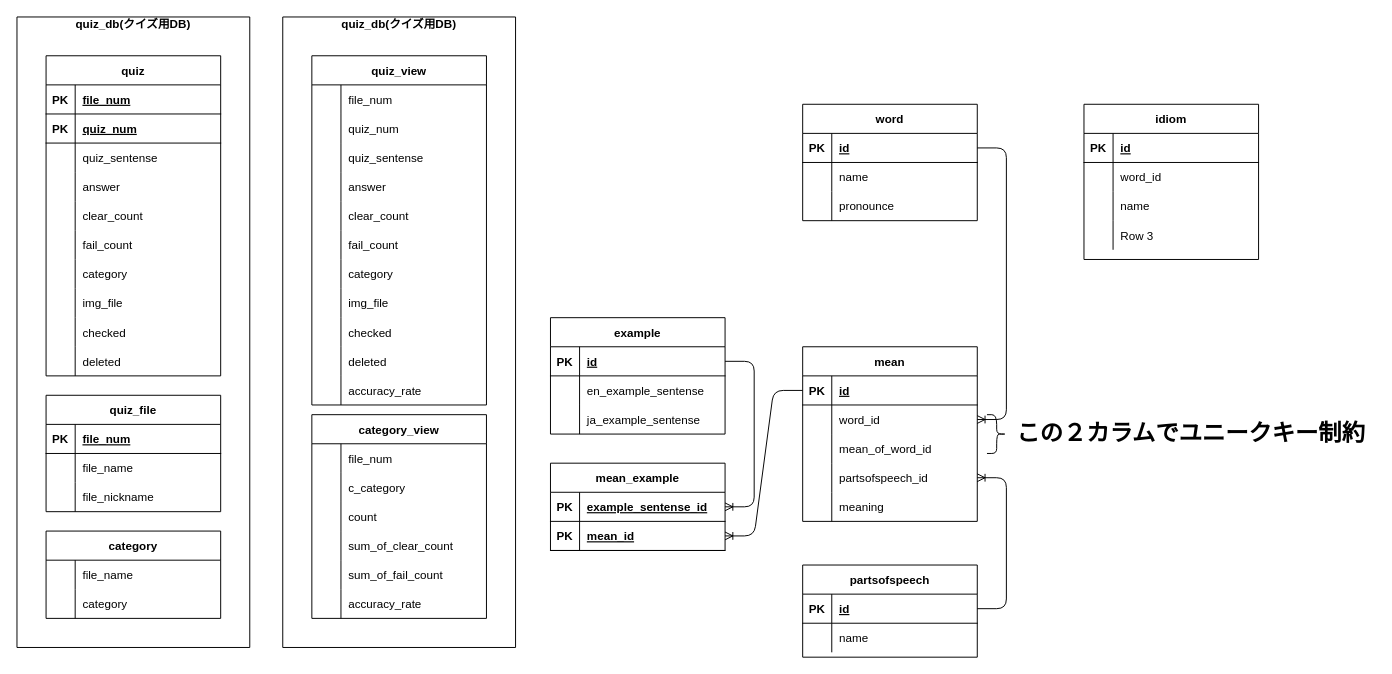
Earlier version of the draw.io diagram database/drawio/erd.dio (WAT36/WAT-Quizzer). Source tidied: cells renumbered, new cells numbered last; positions are measured from the earlier drawing's top-left corner, leaving out a move shared by most shapes. Both pictures are drawn from the tidied source at 97%, with x=0, y=0 at pixel (16, 16).
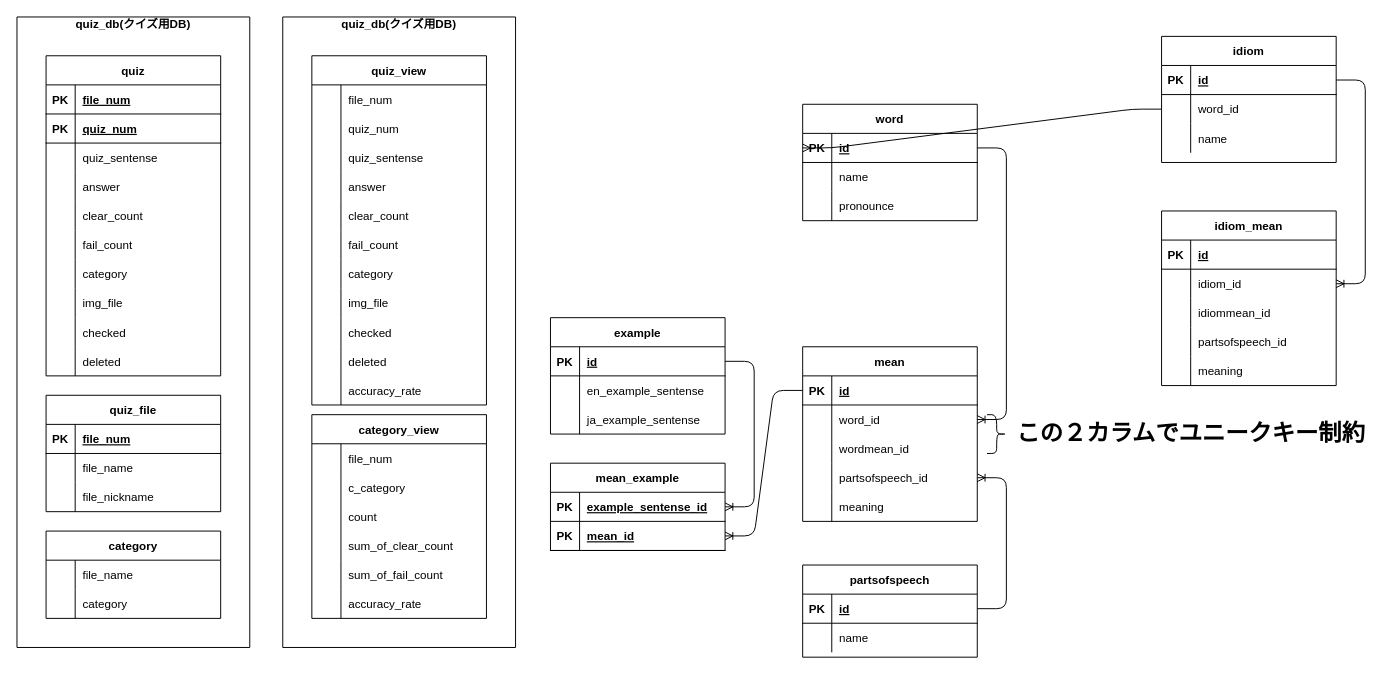
Above is the later version.

Commit message:
制約少し変更

Unchanged cells that the change refers to:
```xml
<mxCell id="106" style="shape=partialRectangle;fillColor=none;top=0;left=0;bottom=1;right=0;points=[[0,0.5],[1,0.5]];portConstraint=eastwest;" parent="105" vertex="1">
  <mxGeometry y="30" width="180" height="30" as="geometry" />
</mxCell>
<mxCell id="122" style="shape=partialRectangle;fillColor=none;top=0;left=0;bottom=0;right=0;" parent="115" vertex="1">
  <mxGeometry y="90" width="180" height="30" as="geometry" />
</mxCell>
<mxCell id="162" style="shape=partialRectangle;fillColor=none;top=0;left=0;bottom=1;right=0;points=[[0,0.5],[1,0.5]];portConstraint=eastwest;" parent="161" vertex="1">
  <mxGeometry y="30" width="180" height="30" as="geometry" />
</mxCell>
<mxCell id="165" style="shape=partialRectangle;fillColor=none;top=0;left=0;bottom=0;right=0;points=[[0,0.5],[1,0.5]];portConstraint=eastwest;" parent="161" vertex="1">
  <mxGeometry y="60" width="180" height="30" as="geometry" />
</mxCell>
```

Change to the diagram source:
```diff
@@
-    <mxCell id="124" value="mean_of_word_id" style="shape=partialRectangle;fillColor=none;top=0;left=0;bottom=0;right=0;align=left;spacingLeft=6;overflow=hidden;" parent="122" vertex="1">
+    <mxCell id="124" value="wordmean_id" style="shape=partialRectangle;fillColor=none;top=0;left=0;bottom=0;right=0;align=left;spacingLeft=6;overflow=hidden;" parent="122" vertex="1">
       <mxGeometry x="30" width="150" height="30" as="geometry" />
     </mxCell>
@@
     <mxCell id="161" value="idiom" style="shape=table;startSize=30;childLayout=tableLayout;rowLines=0;fontStyle=1;align=center;" parent="1" vertex="1">
-      <mxGeometry x="1100" y="90" width="180" height="160" as="geometry" />
+      <mxGeometry x="1180" y="20" width="180" height="130" as="geometry" />
     </mxCell>
@@
+    <mxCell id="174" value="idiom_mean" style="shape=table;startSize=30;childLayout=tableLayout;rowLines=0;fontStyle=1;align=center;" parent="1" vertex="1">
+      <mxGeometry x="1180" y="200" width="180" height="180" as="geometry" />
+    </mxCell>
+    <mxCell id="175" style="shape=partialRectangle;fillColor=none;top=0;left=0;bottom=1;right=0;" parent="174" vertex="1">
+      <mxGeometry y="30" width="180" height="30" as="geometry" />
+    </mxCell>
+    <mxCell id="176" value="PK" style="shape=partialRectangle;fillColor=none;top=0;left=0;bottom=0;right=0;fontStyle=1;overflow=hidden;" parent="175" vertex="1">
+      <mxGeometry width="30" height="30" as="geometry" />
+    </mxCell>
+    <mxCell id="177" value="id" style="shape=partialRectangle;fillColor=none;top=0;left=0;bottom=0;right=0;align=left;spacingLeft=6;fontStyle=5;overflow=hidden;" parent="175" vertex="1">
+      <mxGeometry x="30" width="150" height="30" as="geometry" />
+    </mxCell>
+    <mxCell id="178" style="shape=partialRectangle;fillColor=none;top=0;left=0;bottom=0;right=0;points=[[0,0.5],[1,0.5]];portConstraint=eastwest;" parent="174" vertex="1">
+      <mxGeometry y="60" width="180" height="30" as="geometry" />
+    </mxCell>
+    <mxCell id="179" style="shape=partialRectangle;fillColor=none;top=0;left=0;bottom=0;right=0;overflow=hidden;" parent="178" vertex="1">
+      <mxGeometry width="30" height="30" as="geometry" />
+    </mxCell>
+    <mxCell id="180" value="idiom_id" style="shape=partialRectangle;fillColor=none;top=0;left=0;bottom=0;right=0;align=left;spacingLeft=6;overflow=hidden;" parent="178" vertex="1">
+      <mxGeometry x="30" width="150" height="30" as="geometry" />
+    </mxCell>
+    <mxCell id="181" style="shape=partialRectangle;fillColor=none;top=0;left=0;bottom=0;right=0;" parent="174" vertex="1">
+      <mxGeometry y="90" width="180" height="30" as="geometry" />
+    </mxCell>
+    <mxCell id="182" style="shape=partialRectangle;fillColor=none;top=0;left=0;bottom=0;right=0;overflow=hidden;" parent="181" vertex="1">
+      <mxGeometry width="30" height="30" as="geometry" />
+    </mxCell>
+    <mxCell id="183" value="idiommean_id" style="shape=partialRectangle;fillColor=none;top=0;left=0;bottom=0;right=0;align=left;spacingLeft=6;overflow=hidden;" parent="181" vertex="1">
+      <mxGeometry x="30" width="150" height="30" as="geometry" />
+    </mxCell>
-    <mxCell id="171" style="shape=partialRectangle;fillColor=none;top=0;left=0;bottom=0;right=0;" parent="161" vertex="1">
+    <mxCell id="171" style="shape=partialRectangle;fillColor=none;top=0;left=0;bottom=0;right=0;" parent="174" vertex="1">
       <mxGeometry y="120" width="180" height="30" as="geometry" />
     </mxCell>
-    <mxCell id="172" style="shape=partialRectangle;fillColor=none;top=0;left=0;bottom=0;right=0;overflow=hidden;" parent="171" vertex="1">
-      <mxGeometry width="30" height="30" as="geometry" />
-    </mxCell>
-    <mxCell id="173" value="Row 3" style="shape=partialRectangle;fillColor=none;top=0;left=0;bottom=0;right=0;align=left;spacingLeft=6;overflow=hidden;" parent="171" vertex="1">
-      <mxGeometry x="30" width="150" height="30" as="geometry" />
-    </mxCell>
+    <mxCell id="184" style="shape=partialRectangle;fillColor=none;top=0;left=0;bottom=0;right=0;overflow=hidden;" parent="171" vertex="1">
+      <mxGeometry width="30" height="30" as="geometry" />
+    </mxCell>
+    <mxCell id="185" value="partsofspeech_id" style="shape=partialRectangle;fillColor=none;top=0;left=0;bottom=0;right=0;align=left;spacingLeft=6;overflow=hidden;" parent="171" vertex="1">
+      <mxGeometry x="30" width="150" height="30" as="geometry" />
+    </mxCell>
+    <mxCell id="186" style="shape=partialRectangle;fillColor=none;top=0;left=0;bottom=0;right=0;" parent="174" vertex="1">
+      <mxGeometry y="150" width="180" height="30" as="geometry" />
+    </mxCell>
+    <mxCell id="187" style="shape=partialRectangle;fillColor=none;top=0;left=0;bottom=0;right=0;overflow=hidden;" parent="186" vertex="1">
+      <mxGeometry width="30" height="30" as="geometry" />
+    </mxCell>
+    <mxCell id="188" value="meaning" style="shape=partialRectangle;fillColor=none;top=0;left=0;bottom=0;right=0;align=left;spacingLeft=6;overflow=hidden;" parent="186" vertex="1">
+      <mxGeometry x="30" width="150" height="30" as="geometry" />
+    </mxCell>
+    <mxCell id="189" style="edgeStyle=entityRelationEdgeStyle;fontSize=12;html=1;endArrow=ERoneToMany;entryX=1;entryY=0.5;entryDx=0;entryDy=0;" parent="1" edge="1" source="162" target="178">
+      <mxGeometry relative="1" as="geometry" />
+    </mxCell>
+    <mxCell id="190" style="edgeStyle=entityRelationEdgeStyle;fontSize=12;html=1;endArrow=ERoneToMany;exitX=0;exitY=0.5;exitDx=0;exitDy=0;entryX=0;entryY=0.5;entryDx=0;entryDy=0;" parent="1" edge="1" source="165" target="106">
+      <mxGeometry relative="1" as="geometry" />
+    </mxCell>
```
